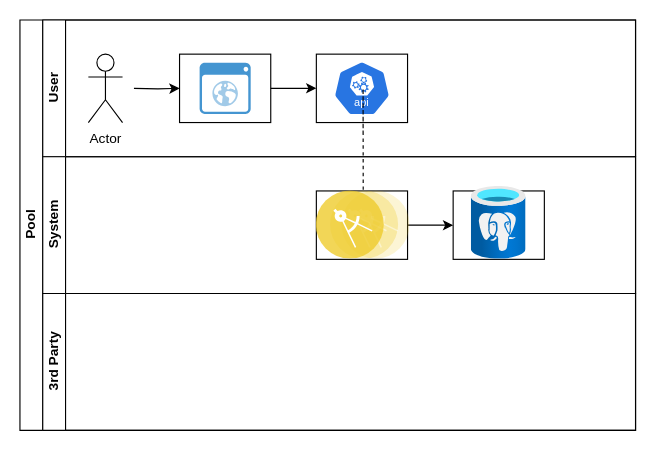
Earlier version of the draw.io diagram docs/architecture/Architecture - Persona Diagram.drawio (developer-gubler/dnd). Source tidied: cells renumbered, new cells numbered last; positions are measured from the earlier drawing's top-left corner, leaving out a move shared by most shapes. Both pictures are drawn from the tidied source at 114%, with x=0, y=0 at pixel (19, 19).
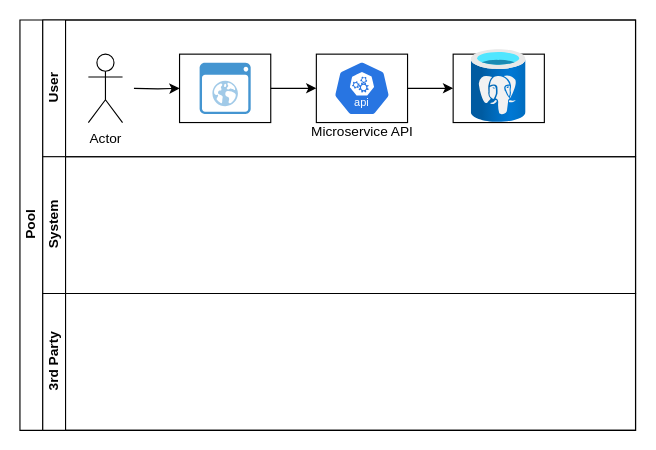
The same page after the edit.

The change refers to these unchanged cells:
```xml
<mxCell id="2" value="Pool" style="swimlane;html=1;horizontal=0;startSize=20;" parent="1" vertex="1">
  <mxGeometry width="540" height="360" as="geometry" />
</mxCell>
<mxCell id="3" value="User" style="swimlane;html=1;startSize=20;horizontal=0;" parent="2" vertex="1">
  <mxGeometry x="20" width="520" height="120" as="geometry" />
</mxCell>
```

Change to the diagram source:
```diff
@@
-    <mxCell id="9" style="sketch=0;html=1;dashed=0;whitespace=wrap;verticalLabelPosition=bottom;verticalAlign=top;fillColor=#2875E2;strokeColor=#ffffff;shape=mxgraph.kubernetes.icon2;kubernetesLabel=1;prIcon=api;" parent="3" vertex="1">
+    <mxCell id="9" value="Microservice API" style="sketch=0;html=1;dashed=0;whitespace=wrap;verticalLabelPosition=bottom;verticalAlign=top;fillColor=#2875E2;strokeColor=#ffffff;shape=mxgraph.kubernetes.icon2;kubernetesLabel=1;prIcon=api;" parent="3" vertex="1">
       <mxGeometry x="255" y="36" width="50" height="48" as="geometry" />
     </mxCell>
@@
-    <mxCell id="11" value="System" style="swimlane;html=1;startSize=20;horizontal=0;" parent="2" vertex="1">
-      <mxGeometry x="20" y="120" width="520" height="120" as="geometry" />
-    </mxCell>
-    <mxCell id="12" style="rounded=0;whiteSpace=wrap;html=1;fontFamily=Helvetica;fontSize=12;fontColor=#000000;align=center;" parent="11" vertex="1">
-      <mxGeometry x="240" y="30" width="80" height="60" as="geometry" />
-    </mxCell>
-    <mxCell id="13" style="rounded=0;whiteSpace=wrap;html=1;fontFamily=Helvetica;fontSize=12;fontColor=#000000;align=center;" parent="11" vertex="1">
+    <mxCell id="13" style="rounded=0;whiteSpace=wrap;html=1;fontFamily=Helvetica;fontSize=12;fontColor=#000000;align=center;" parent="3" vertex="1">
       <mxGeometry x="360" y="30" width="80" height="60" as="geometry" />
     </mxCell>
-    <mxCell id="14" style="edgeStyle=orthogonalEdgeStyle;rounded=0;jettySize=auto;html=1;endArrow=classic;endFill=1;exitX=1;exitY=0.5;exitDx=0;exitDy=0;" parent="11" edge="1" source="12" target="13">
+    <mxCell id="14" style="edgeStyle=orthogonalEdgeStyle;rounded=0;jettySize=auto;html=1;endArrow=classic;endFill=1;exitX=1;exitY=0.5;exitDx=0;exitDy=0;" parent="3" edge="1" target="13">
       <mxGeometry relative="1" as="geometry">
+        <mxPoint x="320" y="60" as="sourcePoint" />
         <Array as="points">
           <mxPoint x="330" y="60" />
           <mxPoint x="330" y="60" />
         </Array>
       </mxGeometry>
     </mxCell>
-    <mxCell id="15" style="image;perimeter=ellipsePerimeter;html=1;align=center;shadow=0;dashed=0;fontColor=#4277BB;labelBackgroundColor=default;fontSize=12;spacingTop=3;image=img/lib/ibm/applications/microservice.svg;" parent="11" vertex="1">
-      <mxGeometry x="240" y="30" width="82.2" height="60" as="geometry" />
-    </mxCell>
-    <mxCell id="16" style="image;html=1;align=center;fontSize=12;image=img/lib/azure2/databases/Azure_Database_PostgreSQL_Server.svg;" parent="11" vertex="1">
+    <mxCell id="16" style="image;html=1;align=center;fontSize=12;image=img/lib/azure2/databases/Azure_Database_PostgreSQL_Server.svg;" parent="3" vertex="1">
       <mxGeometry x="376" y="26" width="48" height="64" as="geometry" />
     </mxCell>
+    <mxCell id="11" value="System" style="swimlane;html=1;startSize=20;horizontal=0;" parent="2" vertex="1">
+      <mxGeometry x="20" y="120" width="520" height="120" as="geometry" />
+    </mxCell>
@@
-    <mxCell id="18" style="edgeStyle=orthogonalEdgeStyle;rounded=0;jettySize=auto;html=1;dashed=1;endArrow=none;endFill=0;entryX=0.5;entryY=0;entryDx=0;entryDy=0;" parent="2" edge="1" target="15">
-      <mxGeometry relative="1" as="geometry">
-        <mxPoint x="301" y="100" as="sourcePoint" />
-        <Array as="points">
-          <mxPoint x="301" y="60" />
-        </Array>
-      </mxGeometry>
-    </mxCell>
```
